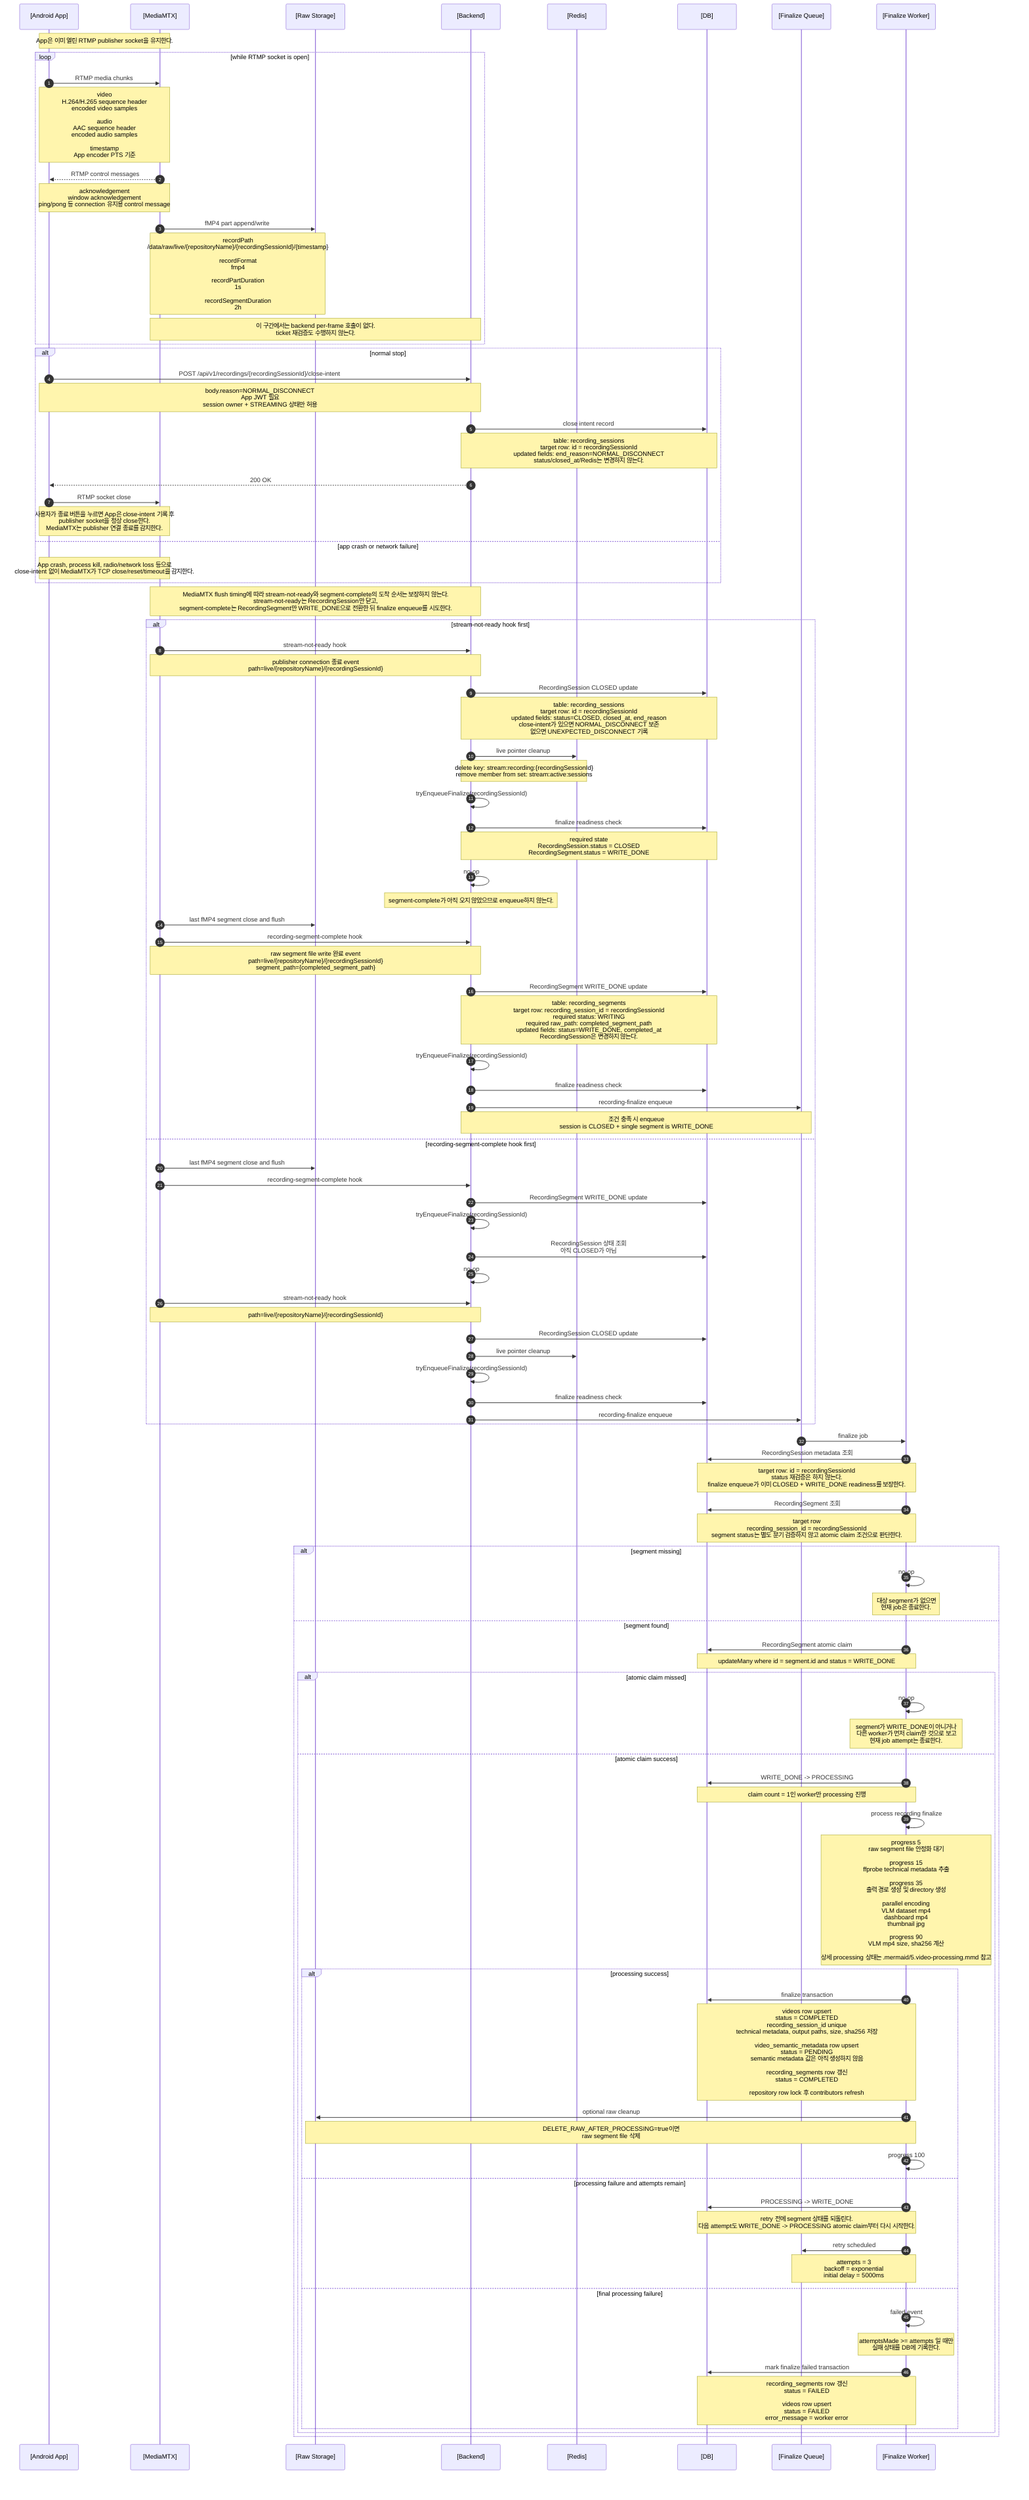
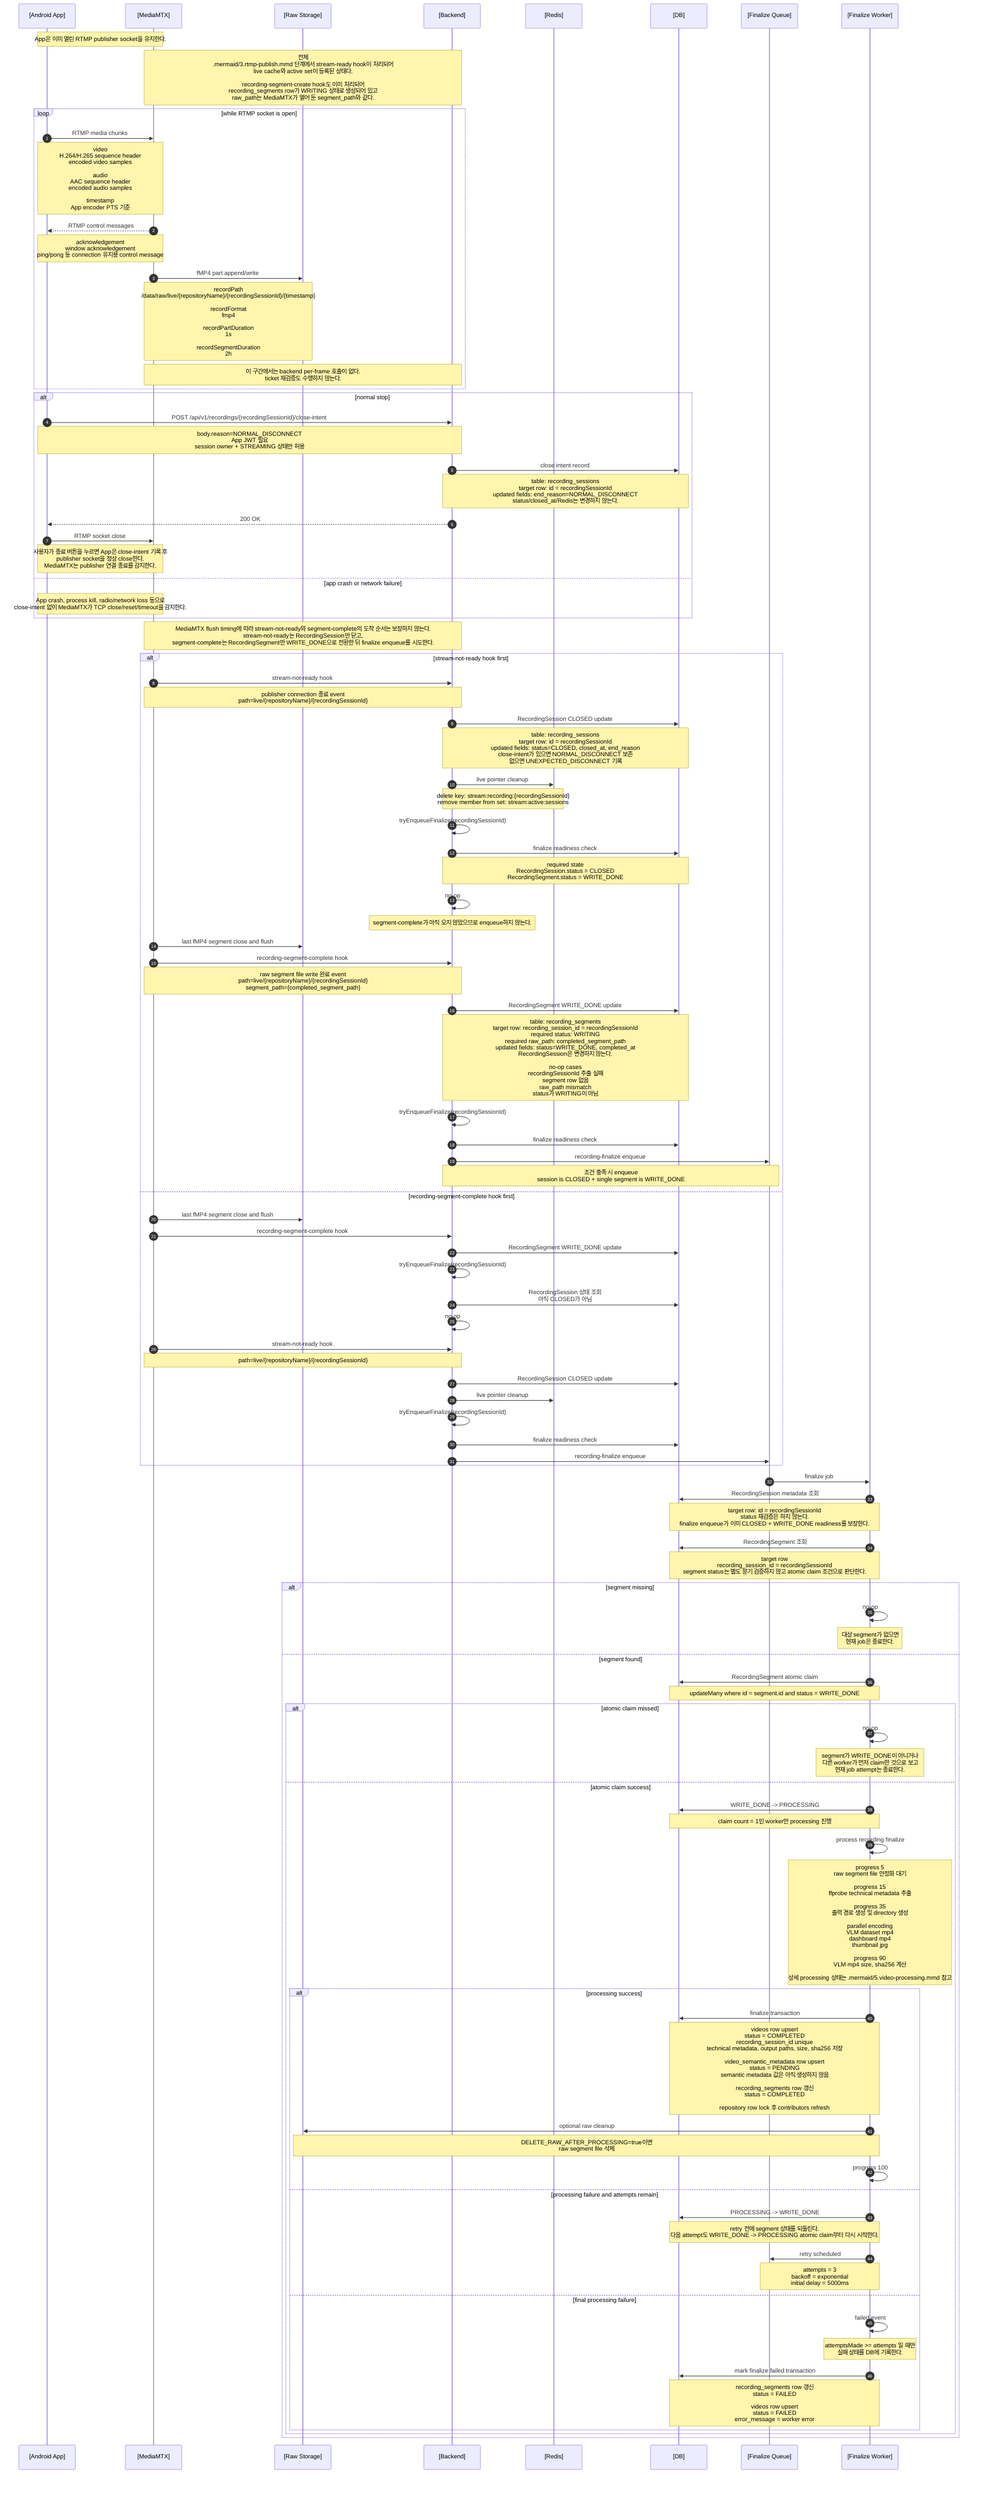
sequenceDiagram
  autonumber
  participant App as [Android App]
  participant MTX as [MediaMTX]
  participant Storage as [Raw Storage]
  participant Backend as [Backend]
  participant Redis as [Redis]
  participant DB as [DB]
  participant Queue as [Finalize Queue]
  participant Worker as [Finalize Worker]

  Note over App,MTX: App은 이미 열린 RTMP publisher socket을 유지한다.
+   Note over MTX,Backend: 전제<br/>.mermaid/3.rtmp-publish.mmd 단계에서 stream-ready hook이 처리되어<br/>live cache와 active set이 등록된 상태다.<br/><br/>recording-segment-create hook도 이미 처리되어<br/>recording_segments row가 WRITING 상태로 생성되어 있고<br/>raw_path는 MediaMTX가 열어 둔 segment_path와 같다.

  loop while RTMP socket is open
    App->>MTX: RTMP media chunks
    Note over App,MTX: video<br/>H.264/H.265 sequence header<br/>encoded video samples<br/><br/>audio<br/>AAC sequence header<br/>encoded audio samples<br/><br/>timestamp<br/>App encoder PTS 기준

    MTX-->>App: RTMP control messages
    Note over MTX,App: acknowledgement<br/>window acknowledgement<br/>ping/pong 등 connection 유지용 control message

    MTX->>Storage: fMP4 part append/write
    Note over MTX,Storage: recordPath<br/>/data/raw/live/{repositoryName}/{recordingSessionId}/{timestamp}<br/><br/>recordFormat<br/>fmp4<br/><br/>recordPartDuration<br/>1s<br/><br/>recordSegmentDuration<br/>2h

    Note over MTX,Backend: 이 구간에서는 backend per-frame 호출이 없다.<br/>ticket 재검증도 수행하지 않는다.
  end

  alt normal stop
    App->>Backend: POST /api/v1/recordings/{recordingSessionId}/close-intent
    Note over App,Backend: body.reason=NORMAL_DISCONNECT<br/>App JWT 필요<br/>session owner + STREAMING 상태만 허용
    Backend->>DB: close intent record
    Note over Backend,DB: table: recording_sessions<br/>target row: id = recordingSessionId<br/>updated fields: end_reason=NORMAL_DISCONNECT<br/>status/closed_at/Redis는 변경하지 않는다.
    Backend-->>App: 200 OK

    App->>MTX: RTMP socket close
    Note over App,MTX: 사용자가 종료 버튼을 누르면 App은 close-intent 기록 후<br/>publisher socket을 정상 close한다.<br/>MediaMTX는 publisher 연결 종료를 감지한다.
  else app crash or network failure
    Note over App,MTX: App crash, process kill, radio/network loss 등으로<br/>close-intent 없이 MediaMTX가 TCP close/reset/timeout을 감지한다.
  end

  Note over MTX,Backend: MediaMTX flush timing에 따라 stream-not-ready와 segment-complete의 도착 순서는 보장하지 않는다.<br/>stream-not-ready는 RecordingSession만 닫고,<br/>segment-complete는 RecordingSegment만 WRITE_DONE으로 전환한 뒤 finalize enqueue를 시도한다.

  alt stream-not-ready hook first
    MTX->>Backend: stream-not-ready hook
    Note over MTX,Backend: publisher connection 종료 event<br/>path=live/{repositoryName}/{recordingSessionId}

    Backend->>DB: RecordingSession CLOSED update
    Note over Backend,DB: table: recording_sessions<br/>target row: id = recordingSessionId<br/>updated fields: status=CLOSED, closed_at, end_reason<br/>close-intent가 있으면 NORMAL_DISCONNECT 보존<br/>없으면 UNEXPECTED_DISCONNECT 기록

    Backend->>Redis: live pointer cleanup
    Note over Backend,Redis: delete key: stream:recording:{recordingSessionId}<br/>remove member from set: stream:active:sessions

    Backend->>Backend: tryEnqueueFinalize(recordingSessionId)
    Backend->>DB: finalize readiness check
    Note over Backend,DB: required state<br/>RecordingSession.status = CLOSED<br/>RecordingSegment.status = WRITE_DONE

    Backend->>Backend: no-op
    Note over Backend: segment-complete가 아직 오지 않았으므로 enqueue하지 않는다.

    MTX->>Storage: last fMP4 segment close and flush
    MTX->>Backend: recording-segment-complete hook
    Note over MTX,Backend: raw segment file write 완료 event<br/>path=live/{repositoryName}/{recordingSessionId}<br/>segment_path={completed_segment_path}

    Backend->>DB: RecordingSegment WRITE_DONE update
-     Note over Backend,DB: table: recording_segments<br/>target row: recording_session_id = recordingSessionId<br/>required status: WRITING<br/>required raw_path: completed_segment_path<br/>updated fields: status=WRITE_DONE, completed_at<br/>RecordingSession은 변경하지 않는다.
+     Note over Backend,DB: table: recording_segments<br/>target row: recording_session_id = recordingSessionId<br/>required status: WRITING<br/>required raw_path: completed_segment_path<br/>updated fields: status=WRITE_DONE, completed_at<br/>RecordingSession은 변경하지 않는다.<br/><br/>no-op cases<br/>recordingSessionId 추출 실패<br/>segment row 없음<br/>raw_path mismatch<br/>status가 WRITING이 아님

    Backend->>Backend: tryEnqueueFinalize(recordingSessionId)
    Backend->>DB: finalize readiness check
    Backend->>Queue: recording-finalize enqueue
    Note over Backend,Queue: 조건 충족 시 enqueue<br/>session is CLOSED + single segment is WRITE_DONE

  else recording-segment-complete hook first
    MTX->>Storage: last fMP4 segment close and flush
    MTX->>Backend: recording-segment-complete hook
    Backend->>DB: RecordingSegment WRITE_DONE update
    Backend->>Backend: tryEnqueueFinalize(recordingSessionId)
    Backend->>DB: RecordingSession 상태 조회<br/>아직 CLOSED가 아님
    Backend->>Backend: no-op

    MTX->>Backend: stream-not-ready hook
    Note over MTX,Backend: path=live/{repositoryName}/{recordingSessionId}
    Backend->>DB: RecordingSession CLOSED update
    Backend->>Redis: live pointer cleanup
    Backend->>Backend: tryEnqueueFinalize(recordingSessionId)
    Backend->>DB: finalize readiness check
    Backend->>Queue: recording-finalize enqueue
  end

  Queue->>Worker: finalize job
  Worker->>DB: RecordingSession metadata 조회
  Note over Worker,DB: target row: id = recordingSessionId<br/>status 재검증은 하지 않는다.<br/>finalize enqueue가 이미 CLOSED + WRITE_DONE readiness를 보장한다.

  Worker->>DB: RecordingSegment 조회
  Note over Worker,DB: target row<br/>recording_session_id = recordingSessionId<br/>segment status는 별도 분기 검증하지 않고 atomic claim 조건으로 판단한다.

  alt segment missing
    Worker->>Worker: no-op
    Note over Worker: 대상 segment가 없으면<br/>현재 job은 종료한다.
  else segment found
    Worker->>DB: RecordingSegment atomic claim
    Note over Worker,DB: updateMany where id = segment.id and status = WRITE_DONE

    alt atomic claim missed
      Worker->>Worker: no-op
      Note over Worker: segment가 WRITE_DONE이 아니거나<br/>다른 worker가 먼저 claim한 것으로 보고<br/>현재 job attempt는 종료한다.
    else atomic claim success
      Worker->>DB: WRITE_DONE -> PROCESSING
      Note over Worker,DB: claim count = 1인 worker만 processing 진행

      Worker->>Worker: process recording finalize
      Note over Worker: progress 5<br/>raw segment file 안정화 대기<br/><br/>progress 15<br/>ffprobe technical metadata 추출<br/><br/>progress 35<br/>출력 경로 생성 및 directory 생성<br/><br/>parallel encoding<br/>VLM dataset mp4<br/>dashboard mp4<br/>thumbnail jpg<br/><br/>progress 90<br/>VLM mp4 size, sha256 계산<br/><br/>상세 processing 상태는 .mermaid/5.video-processing.mmd 참고

      alt processing success
        Worker->>DB: finalize transaction
        Note over Worker,DB: videos row upsert<br/>status = COMPLETED<br/>recording_session_id unique<br/>technical metadata, output paths, size, sha256 저장<br/><br/>video_semantic_metadata row upsert<br/>status = PENDING<br/>semantic metadata 값은 아직 생성하지 않음<br/><br/>recording_segments row 갱신<br/>status = COMPLETED<br/><br/>repository row lock 후 contributors refresh
        Worker->>Storage: optional raw cleanup
        Note over Worker,Storage: DELETE_RAW_AFTER_PROCESSING=true이면<br/>raw segment file 삭제
        Worker->>Worker: progress 100
      else processing failure and attempts remain
        Worker->>DB: PROCESSING -> WRITE_DONE
        Note over Worker,DB: retry 전에 segment 상태를 되돌린다.<br/>다음 attempt도 WRITE_DONE -> PROCESSING atomic claim부터 다시 시작한다.
        Worker->>Queue: retry scheduled
        Note over Worker,Queue: attempts = 3<br/>backoff = exponential<br/>initial delay = 5000ms
      else final processing failure
        Worker->>Worker: failed event
        Note over Worker: attemptsMade >= attempts 일 때만<br/>실패 상태를 DB에 기록한다.
        Worker->>DB: mark finalize failed transaction
        Note over Worker,DB: recording_segments row 갱신<br/>status = FAILED<br/><br/>videos row upsert<br/>status = FAILED<br/>error_message = worker error
      end
    end
  end

%% 참고:
%% 이 문서는 live cache 저장 이후 실제 RTMP media 전송,
%% publisher socket 종료, stream-not-ready/segment-complete hook, finalize enqueue까지 다룬다.
%% App 변경 필요:
%% App의 stop 버튼은 legacy Stop API를 호출하지 않는다.
%% App의 stop 버튼은 RTMP publisher connection을 바로 닫기 전에
%% POST /api/v1/recordings/{recordingSessionId}/close-intent 를 호출해야 한다.
%% close-intent body는 { "reason": "NORMAL_DISCONNECT" } 만 보낸다.
%% close-intent 200 OK 이후 RTMP publisher connection을 정상 close한다.
%% close-intent 호출 실패 또는 app crash/network failure로 close-intent가 누락되면
%% backend는 stream-not-ready/reconcile 시 UNEXPECTED_DISCONNECT로 기록한다.
%% stream-not-ready hook payload만으로 정상 close와 crash/reset/timeout을 정확히 구분하지 않는다.
%% close-intent가 먼저 도착한 경우 stream-not-ready는 NORMAL_DISCONNECT를 보존한다.
%% close-intent 없이 stream-not-ready가 도착하거나 MediaMTX active path missing을 reconcile이 감지하면 UNEXPECTED_DISCONNECT로 기록한다.
%% 현재 구조에서는 App이 단일 recording session을 짧게 유지하는 전제이므로
%% 정상 흐름의 segment rollover는 별도로 다루지 않는다.
%% finalize job 중복 enqueue는 jobId=finalize-{recordingSessionId}로 dedupe된다.
%% worker는 session status와 existing Video를 사전 재검증하지 않는다.
%% 처리 권한은 RecordingSegment WRITE_DONE -> PROCESSING atomic claim으로 보장한다.
- %% 성공 시 videos row는 recording_session_id unique key 기준 upsert한다.
+ %% 성공 시 videos row는 recording_session_id unique key 기준 upsert한다. 이는 현재 코드 기준 의도된 동작이다.
%% semantic metadata는 video_semantic_metadata 별도 table에서 status/data를 관리한다.
%% WRITE_DONE segment를 reconcile에서 다시 찾아 enqueue하는 보정 loop는 두지 않는다.
%% retry 가능한 worker 실패에서는 PROCESSING을 WRITE_DONE으로 되돌린 뒤 BullMQ retry에 맡긴다.
%% recording-finalize queue option: attempts=3, exponential backoff delay=5000ms, removeOnComplete=1000, removeOnFail=2000.
%% segment-complete hook 누락 복구는 현재 하지 않는다. segment-complete가 오지 않으면 WRITING segment는 finalize 대상이 아니다.
%% pain point: worker process crash, OOM, host kill처럼 catch/failed handler가 실행되지 않는 장애에서는 PROCESSING -> WRITE_DONE reset이 누락될 수 있다.
%% 현재 단계에서는 stale PROCESSING 복구를 구현하지 않는다. 필요해지면 reconcile 또는 processing lease 기반 복구를 추가해야 한다.
%% worker processing의 상세 구현 상태와 VLM semantic metadata 확장 지점은 .mermaid/5.video-processing.mmd에서 다룬다.
